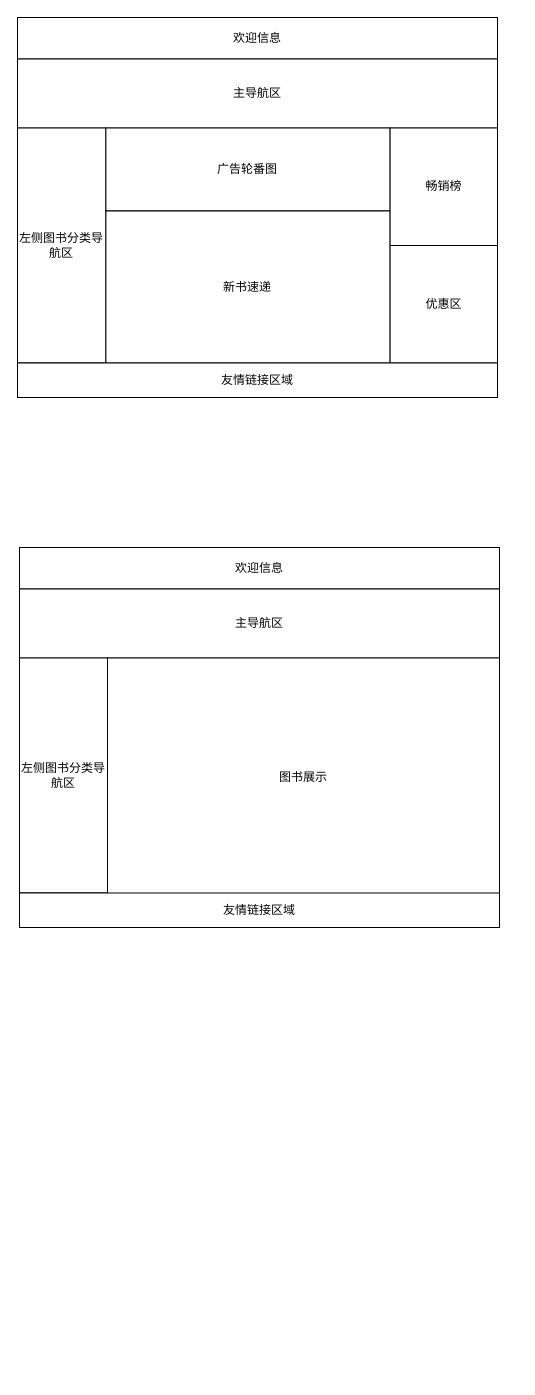
Above: 毕业设计-页面框架设计.drawio in MinDaHu/UML (draw.io), before the change. Source tidied: cells renumbered, new cells numbered last; positions are measured from the earlier drawing's top-left corner, leaving out a move shared by most shapes. Both pictures are drawn from the tidied source at 100%, with x=0, y=0 at pixel (17, 17).
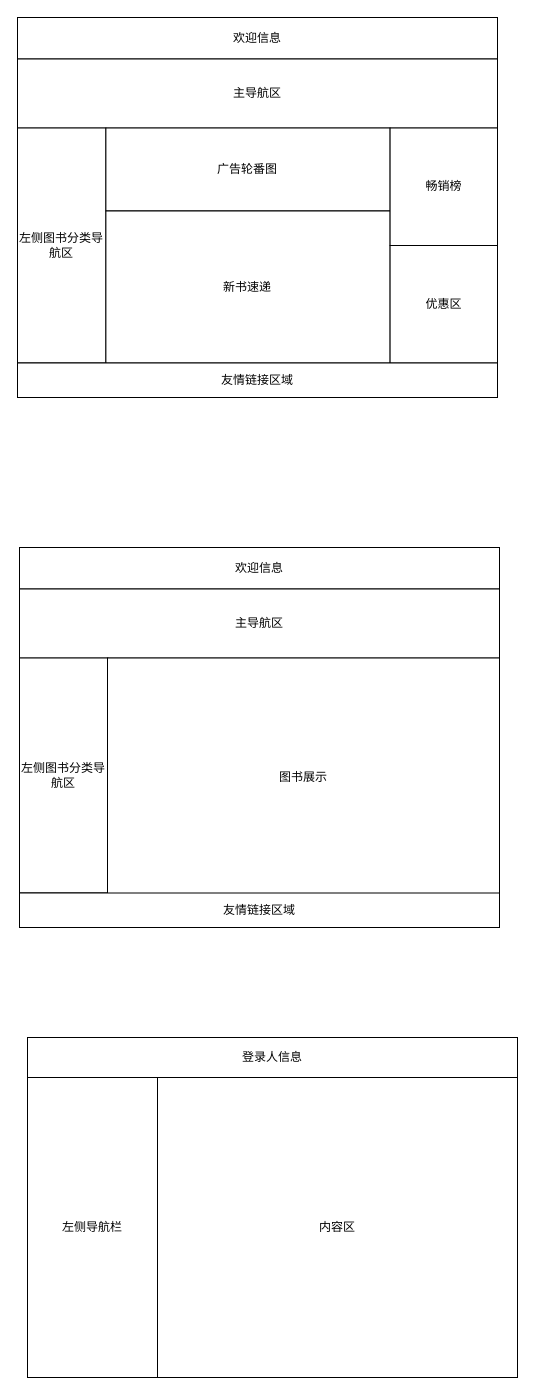
Above is the later version.

Commit message:
更新毕业设计-页面框架设计.drawio

Change to the diagram source:
```diff
@@
+    <mxCell id="25" style="rounded=0;whiteSpace=wrap;html=1;" parent="1" vertex="1">
+      <mxGeometry x="10" y="1020" width="490" height="340" as="geometry" />
+    </mxCell>
+    <mxCell id="26" value="登录人信息" style="rounded=0;whiteSpace=wrap;html=1;" parent="1" vertex="1">
+      <mxGeometry x="10" y="1020" width="490" height="40" as="geometry" />
+    </mxCell>
+    <mxCell id="27" value="左侧导航栏" style="rounded=0;whiteSpace=wrap;html=1;" parent="1" vertex="1">
+      <mxGeometry x="10" y="1060" width="130" height="300" as="geometry" />
+    </mxCell>
+    <mxCell id="28" value="内容区" style="rounded=0;whiteSpace=wrap;html=1;" parent="1" vertex="1">
+      <mxGeometry x="140" y="1060" width="360" height="300" as="geometry" />
+    </mxCell>
```
